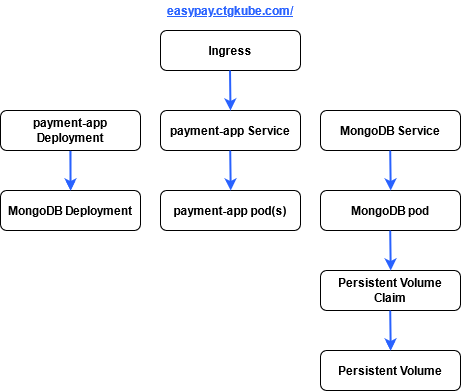
Earlier version of the draw.io export content/project/optimizing-a-flask-api-microservice-with-kubernetes/img/payment-app-ingress.png (ctg123/ctg-site). Source tidied: cells renumbered, new cells last; positions are measured from the earlier drawing's top-left corner, leaving out a move shared by most shapes.
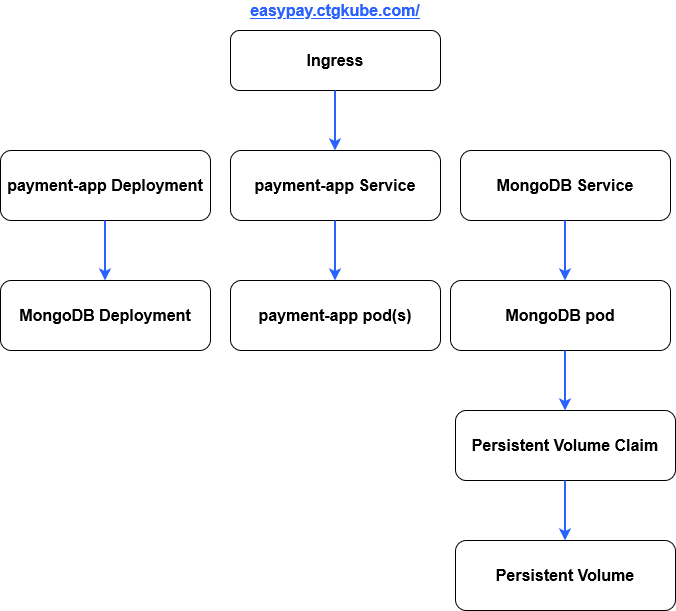
The same file after the commit.

Commit message:
adding payemnt app ingress diagram.

Diff of the diagram source:
```diff
@@ -2,77 +2,95 @@
   <root>
     <mxCell id="0" />
     <mxCell id="1" parent="0" />
+    <mxCell id="8" value="&lt;font style=&quot;font-size: 16px&quot;&gt;&lt;b&gt;MongoDB Deployment&lt;/b&gt;&lt;/font&gt;" style="rounded=1;whiteSpace=wrap;html=1;" parent="1" vertex="1">
+      <mxGeometry x="-70" y="220" width="210" height="70" as="geometry" />
+    </mxCell>
+    <mxCell id="19" value="&lt;font style=&quot;font-size: 16px&quot; color=&quot;#2962ff&quot;&gt;&lt;u&gt;&lt;b&gt;easypay.ctgkube.com/&lt;/b&gt;&lt;/u&gt;&lt;/font&gt;" style="text;html=1;strokeColor=none;fillColor=none;align=center;verticalAlign=middle;whiteSpace=wrap;rounded=0;" parent="1" vertex="1">
+      <mxGeometry x="175" y="-60" width="180" height="20" as="geometry" />
+    </mxCell>
-    <mxCell id="2" value="&lt;b&gt;Ingress&lt;/b&gt;" style="rounded=1;whiteSpace=wrap;html=1;" parent="1" vertex="1">
-      <mxGeometry x="160" y="30" width="140" height="40" as="geometry" />
+    <mxCell id="2" value="&lt;b&gt;&lt;font style=&quot;font-size: 16px&quot;&gt;Ingress&lt;/font&gt;&lt;/b&gt;" style="rounded=1;whiteSpace=wrap;html=1;" parent="1" vertex="1">
+      <mxGeometry x="160" y="-30" width="210" height="60" as="geometry" />
     </mxCell>
+    <mxCell id="20" style="edgeStyle=orthogonalEdgeStyle;rounded=0;orthogonalLoop=1;jettySize=auto;html=1;strokeColor=#2962FF;strokeWidth=2;" parent="1" edge="1">
+      <mxGeometry relative="1" as="geometry">
+        <mxPoint x="264.5" y="30" as="sourcePoint" />
+        <mxPoint x="264.5" y="90" as="targetPoint" />
+        <Array as="points">
+          <mxPoint x="264.5" y="50" />
+          <mxPoint x="264.5" y="50" />
+        </Array>
+      </mxGeometry>
+    </mxCell>
+    <mxCell id="9" value="&lt;font style=&quot;font-size: 16px&quot;&gt;&lt;b&gt;MongoDB pod&lt;br&gt;&lt;/b&gt;&lt;/font&gt;" style="rounded=1;whiteSpace=wrap;html=1;" parent="1" vertex="1">
+      <mxGeometry x="380" y="220" width="220" height="70" as="geometry" />
+    </mxCell>
+    <mxCell id="7" value="&lt;font style=&quot;font-size: 16px&quot;&gt;&lt;b&gt;payment-app Deployment&lt;/b&gt;&lt;/font&gt;" style="rounded=1;whiteSpace=wrap;html=1;" parent="1" vertex="1">
+      <mxGeometry x="-70" y="90" width="210" height="70" as="geometry" />
+    </mxCell>
+    <mxCell id="21" style="edgeStyle=orthogonalEdgeStyle;rounded=0;orthogonalLoop=1;jettySize=auto;html=1;strokeColor=#2962FF;strokeWidth=2;" parent="1" edge="1">
+      <mxGeometry relative="1" as="geometry">
+        <mxPoint x="34.5" y="160" as="sourcePoint" />
+        <mxPoint x="34.5" y="220" as="targetPoint" />
+        <Array as="points">
+          <mxPoint x="34.5" y="180" />
+          <mxPoint x="34.5" y="180" />
+        </Array>
+      </mxGeometry>
+    </mxCell>
-    <mxCell id="3" value="&lt;b&gt;payment-app Service&lt;/b&gt;" style="rounded=1;whiteSpace=wrap;html=1;" parent="1" vertex="1">
-      <mxGeometry x="160" y="110" width="140" height="40" as="geometry" />
+    <mxCell id="3" value="&lt;font style=&quot;font-size: 16px&quot;&gt;&lt;b&gt;payment-app Service&lt;/b&gt;&lt;/font&gt;" style="rounded=1;whiteSpace=wrap;html=1;" parent="1" vertex="1">
+      <mxGeometry x="160" y="90" width="210" height="70" as="geometry" />
     </mxCell>
+    <mxCell id="5" value="&lt;font style=&quot;font-size: 16px&quot;&gt;&lt;b&gt;MongoDB Service&lt;br&gt;&lt;/b&gt;&lt;/font&gt;" style="rounded=1;whiteSpace=wrap;html=1;" parent="1" vertex="1">
+      <mxGeometry x="390" y="90" width="210" height="70" as="geometry" />
+    </mxCell>
-    <mxCell id="4" value="&lt;b&gt;payment-app pod(s)&lt;/b&gt;" style="rounded=1;whiteSpace=wrap;html=1;" parent="1" vertex="1">
-      <mxGeometry x="160" y="190" width="140" height="40" as="geometry" />
+    <mxCell id="4" value="&lt;font style=&quot;font-size: 16px&quot;&gt;&lt;b&gt;payment-app pod(s)&lt;br&gt;&lt;/b&gt;&lt;/font&gt;" style="rounded=1;whiteSpace=wrap;html=1;" parent="1" vertex="1">
+      <mxGeometry x="160" y="220" width="210" height="70" as="geometry" />
     </mxCell>
-    <mxCell id="5" value="&lt;b&gt;MongoDB Service&lt;/b&gt;" style="rounded=1;whiteSpace=wrap;html=1;" parent="1" vertex="1">
-      <mxGeometry x="320" y="110" width="140" height="40" as="geometry" />
-    </mxCell>
-    <mxCell id="6" style="edgeStyle=orthogonalEdgeStyle;rounded=0;jettySize=auto;html=1;strokeColor=#2962FF;strokeWidth=2;" parent="1" edge="1" source="7" target="8">
-      <mxGeometry relative="1" as="geometry" />
-    </mxCell>
-    <mxCell id="7" value="&lt;b&gt;payment-app Deployment&lt;/b&gt;" style="rounded=1;whiteSpace=wrap;html=1;" parent="1" vertex="1">
-      <mxGeometry y="110" width="140" height="40" as="geometry" />
-    </mxCell>
-    <mxCell id="8" value="&lt;b&gt;MongoDB Deployment&lt;/b&gt;" style="rounded=1;whiteSpace=wrap;html=1;" parent="1" vertex="1">
-      <mxGeometry y="190" width="140" height="40" as="geometry" />
-    </mxCell>
-    <mxCell id="9" value="&lt;b&gt;MongoDB pod&lt;/b&gt;" style="rounded=1;whiteSpace=wrap;html=1;" parent="1" vertex="1">
-      <mxGeometry x="320" y="190" width="140" height="40" as="geometry" />
-    </mxCell>
-    <mxCell id="10" style="edgeStyle=orthogonalEdgeStyle;rounded=0;jettySize=auto;html=1;strokeColor=#2962FF;" parent="1" edge="1" source="11" target="12">
-      <mxGeometry relative="1" as="geometry" />
-    </mxCell>
+    <mxCell id="22" style="edgeStyle=orthogonalEdgeStyle;rounded=0;orthogonalLoop=1;jettySize=auto;html=1;strokeColor=#2962FF;strokeWidth=2;" parent="1" edge="1">
+      <mxGeometry relative="1" as="geometry">
+        <mxPoint x="264.5" y="160" as="sourcePoint" />
+        <mxPoint x="264.5" y="220" as="targetPoint" />
+        <Array as="points">
+          <mxPoint x="264.5" y="180" />
+          <mxPoint x="264.5" y="180" />
+        </Array>
+      </mxGeometry>
+    </mxCell>
+    <mxCell id="23" style="edgeStyle=orthogonalEdgeStyle;rounded=0;orthogonalLoop=1;jettySize=auto;html=1;strokeColor=#2962FF;strokeWidth=2;" parent="1" edge="1">
+      <mxGeometry relative="1" as="geometry">
+        <mxPoint x="494.5" y="160" as="sourcePoint" />
+        <mxPoint x="494.5" y="220" as="targetPoint" />
+        <Array as="points">
+          <mxPoint x="494.5" y="180" />
+          <mxPoint x="494.5" y="180" />
+        </Array>
+      </mxGeometry>
+    </mxCell>
-    <mxCell id="11" value="&lt;b&gt;Persistent Volume Claim&lt;/b&gt;" style="rounded=1;whiteSpace=wrap;html=1;" parent="1" vertex="1">
-      <mxGeometry x="320" y="270" width="140" height="40" as="geometry" />
+    <mxCell id="11" value="&lt;font style=&quot;font-size: 16px&quot;&gt;&lt;b&gt;Persistent Volume Claim&lt;br&gt;&lt;/b&gt;&lt;/font&gt;" style="rounded=1;whiteSpace=wrap;html=1;" parent="1" vertex="1">
+      <mxGeometry x="385" y="350" width="220" height="70" as="geometry" />
     </mxCell>
-    <mxCell id="12" value="&lt;b&gt;Persistent Volume&lt;/b&gt;" style="rounded=1;whiteSpace=wrap;html=1;" parent="1" vertex="1">
-      <mxGeometry x="320" y="350" width="140" height="40" as="geometry" />
+    <mxCell id="12" value="&lt;font style=&quot;font-size: 16px&quot;&gt;&lt;b&gt;Persistent Volume&lt;br&gt;&lt;/b&gt;&lt;/font&gt;" style="rounded=1;whiteSpace=wrap;html=1;" parent="1" vertex="1">
+      <mxGeometry x="385" y="480" width="220" height="70" as="geometry" />
     </mxCell>
-    <mxCell id="13" style="endArrow=classic;html=1;strokeColor=#2962FF;strokeWidth=2;" parent="1" edge="1">
-      <mxGeometry relative="1" as="geometry">
-        <mxPoint x="229.5" y="70" as="sourcePoint" />
-        <mxPoint x="230" y="110" as="targetPoint" />
-      </mxGeometry>
-    </mxCell>
-    <mxCell id="14" style="endArrow=classic;html=1;strokeColor=#2962FF;strokeWidth=2;" parent="1" edge="1">
-      <mxGeometry relative="1" as="geometry">
-        <mxPoint x="229.7" y="150" as="sourcePoint" />
-        <mxPoint x="230.2" y="190" as="targetPoint" />
-      </mxGeometry>
-    </mxCell>
-    <mxCell id="15" style="endArrow=classic;html=1;strokeColor=#2962FF;strokeWidth=2;" parent="1" edge="1">
-      <mxGeometry relative="1" as="geometry">
-        <mxPoint x="389.7" y="150" as="sourcePoint" />
-        <mxPoint x="390.2" y="190" as="targetPoint" />
-      </mxGeometry>
-    </mxCell>
-    <mxCell id="16" style="endArrow=classic;html=1;strokeColor=#2962FF;" parent="1" edge="1">
-      <mxGeometry relative="1" as="geometry">
-        <mxPoint x="69.7" y="150" as="sourcePoint" />
-        <mxPoint x="70.2" y="190" as="targetPoint" />
-      </mxGeometry>
-    </mxCell>
-    <mxCell id="17" style="endArrow=classic;html=1;strokeColor=#2962FF;strokeWidth=2;" parent="1" edge="1">
-      <mxGeometry relative="1" as="geometry">
-        <mxPoint x="389.7" y="230" as="sourcePoint" />
-        <mxPoint x="390.2" y="270" as="targetPoint" />
-      </mxGeometry>
-    </mxCell>
-    <mxCell id="18" style="endArrow=classic;html=1;strokeColor=#2962FF;strokeWidth=2;" parent="1" edge="1">
-      <mxGeometry relative="1" as="geometry">
-        <mxPoint x="389.7" y="310" as="sourcePoint" />
-        <mxPoint x="390.2" y="350" as="targetPoint" />
-      </mxGeometry>
-    </mxCell>
-    <mxCell id="19" value="&lt;font color=&quot;#2962ff&quot;&gt;&lt;u&gt;&lt;b&gt;easypay.ctgkube.com/&lt;/b&gt;&lt;/u&gt;&lt;/font&gt;" style="text;html=1;strokeColor=none;fillColor=none;align=center;verticalAlign=middle;whiteSpace=wrap;rounded=0;" parent="1" vertex="1">
-      <mxGeometry x="140" width="180" height="20" as="geometry" />
-    </mxCell>
+    <mxCell id="24" style="edgeStyle=orthogonalEdgeStyle;rounded=0;orthogonalLoop=1;jettySize=auto;html=1;strokeColor=#2962FF;strokeWidth=2;" parent="1" edge="1">
+      <mxGeometry relative="1" as="geometry">
+        <mxPoint x="494.5" y="290" as="sourcePoint" />
+        <mxPoint x="494.5" y="350" as="targetPoint" />
+        <Array as="points">
+          <mxPoint x="494.5" y="310" />
+          <mxPoint x="494.5" y="310" />
+        </Array>
+      </mxGeometry>
+    </mxCell>
+    <mxCell id="25" style="edgeStyle=orthogonalEdgeStyle;rounded=0;orthogonalLoop=1;jettySize=auto;html=1;strokeColor=#2962FF;strokeWidth=2;" parent="1" edge="1">
+      <mxGeometry relative="1" as="geometry">
+        <mxPoint x="494.5" y="420" as="sourcePoint" />
+        <mxPoint x="494.5" y="480" as="targetPoint" />
+        <Array as="points">
+          <mxPoint x="494.5" y="440" />
+          <mxPoint x="494.5" y="440" />
+        </Array>
+      </mxGeometry>
+    </mxCell>
   </root>
 </mxGraphModel>
```
